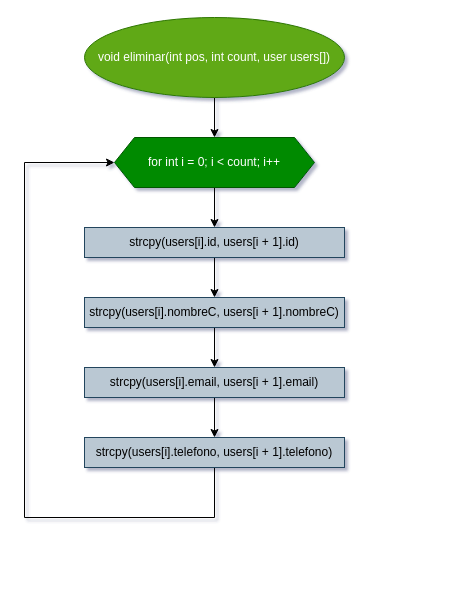
Earlier version of the draw.io diagram page "eliminar" (5 of 6) of prograEstructurada/agendaElectronica/agendaElecronica.drawio (MrChilaquiles/Exercises). Source tidied: cells renumbered, new cells numbered last; positions are measured from the earlier drawing's top-left corner, leaving out a move shared by most shapes. Both pictures are drawn from the tidied source at 100%, with x=0, y=0 at pixel (24, 17).
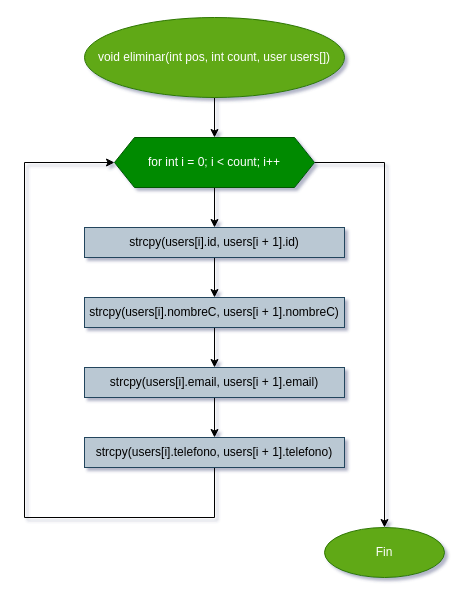
The same diagram, later.

The edit, as a diff of the source:
```diff
@@
 <mxGraphModel shadow="1">
   <root>
     <mxCell id="0" />
     <mxCell id="1" parent="0" />
     <mxCell id="2" style="edgeStyle=orthogonalEdgeStyle;rounded=0;jettySize=auto;html=1;" parent="1" edge="1" source="3" target="5">
       <mxGeometry relative="1" as="geometry" />
     </mxCell>
     <mxCell id="3" value="void eliminar(int pos, int count, user users[])" style="ellipse;whiteSpace=wrap;html=1;fillColor=#60a917;fontColor=#ffffff;strokeColor=#2D7600;" parent="1" vertex="1">
       <mxGeometry x="60" width="260" height="80" as="geometry" />
     </mxCell>
     <mxCell id="4" style="edgeStyle=orthogonalEdgeStyle;rounded=0;jettySize=auto;html=1;" parent="1" edge="1" source="5" target="7">
       <mxGeometry relative="1" as="geometry" />
     </mxCell>
+    <mxCell id="14" style="edgeStyle=orthogonalEdgeStyle;rounded=0;jettySize=auto;html=1;entryX=0.5;entryY=0;entryDx=0;entryDy=0;" parent="1" edge="1" source="5" target="15">
+      <mxGeometry relative="1" as="geometry" />
+    </mxCell>
     <mxCell id="5" value="for int i = 0; i &amp;lt; count; i++" style="shape=hexagon;perimeter=hexagonPerimeter2;whiteSpace=wrap;html=1;fixedSize=1;fillColor=#008a00;strokeColor=#005700;fontColor=#ffffff;" parent="1" vertex="1">
       <mxGeometry x="90" y="120" width="200" height="50" as="geometry" />
     </mxCell>
     <mxCell id="6" style="edgeStyle=orthogonalEdgeStyle;rounded=0;jettySize=auto;html=1;exitX=0.5;exitY=1;exitDx=0;exitDy=0;entryX=0.5;entryY=0;entryDx=0;entryDy=0;" parent="1" edge="1" source="7" target="9">
       <mxGeometry relative="1" as="geometry" />
     </mxCell>
     <mxCell id="7" value="strcpy(users[i].id, users[i + 1].id)" style="whiteSpace=wrap;html=1;fillColor=#bac8d3;strokeColor=#23445d;" parent="1" vertex="1">
       <mxGeometry x="60" y="210" width="260" height="30" as="geometry" />
     </mxCell>
     <mxCell id="8" style="edgeStyle=orthogonalEdgeStyle;rounded=0;jettySize=auto;html=1;exitX=0.5;exitY=1;exitDx=0;exitDy=0;entryX=0.5;entryY=0;entryDx=0;entryDy=0;" parent="1" edge="1" source="9" target="11">
       <mxGeometry relative="1" as="geometry" />
     </mxCell>
     <mxCell id="9" value="strcpy(users[i].nombreC, users[i + 1].nombreC)" style="whiteSpace=wrap;html=1;fillColor=#bac8d3;strokeColor=#23445d;" parent="1" vertex="1">
       <mxGeometry x="60" y="280" width="260" height="30" as="geometry" />
     </mxCell>
     <mxCell id="10" style="edgeStyle=orthogonalEdgeStyle;rounded=0;jettySize=auto;html=1;exitX=0.5;exitY=1;exitDx=0;exitDy=0;entryX=0.5;entryY=0;entryDx=0;entryDy=0;" parent="1" edge="1" source="11" target="13">
       <mxGeometry relative="1" as="geometry" />
     </mxCell>
     <mxCell id="11" value="strcpy(users[i].email, users[i + 1].email)" style="whiteSpace=wrap;html=1;fillColor=#bac8d3;strokeColor=#23445d;" parent="1" vertex="1">
       <mxGeometry x="60" y="350" width="260" height="30" as="geometry" />
     </mxCell>
     <mxCell id="12" style="edgeStyle=orthogonalEdgeStyle;rounded=0;jettySize=auto;html=1;entryX=0;entryY=0.5;entryDx=0;entryDy=0;" parent="1" edge="1" source="13" target="5">
       <mxGeometry relative="1" as="geometry">
         <Array as="points">
           <mxPoint x="190" y="500" />
           <mxPoint y="500" />
           <mxPoint y="145" />
         </Array>
       </mxGeometry>
     </mxCell>
     <mxCell id="13" value="strcpy(users[i].telefono, users[i + 1].telefono)" style="whiteSpace=wrap;html=1;fillColor=#bac8d3;strokeColor=#23445d;" parent="1" vertex="1">
       <mxGeometry x="60" y="420" width="260" height="30" as="geometry" />
     </mxCell>
+    <mxCell id="15" value="Fin" style="ellipse;whiteSpace=wrap;html=1;fillColor=#60a917;fontColor=#ffffff;strokeColor=#2D7600;" parent="1" vertex="1">
+      <mxGeometry x="300" y="510" width="120" height="50" as="geometry" />
+    </mxCell>
   </root>
 </mxGraphModel>
```
